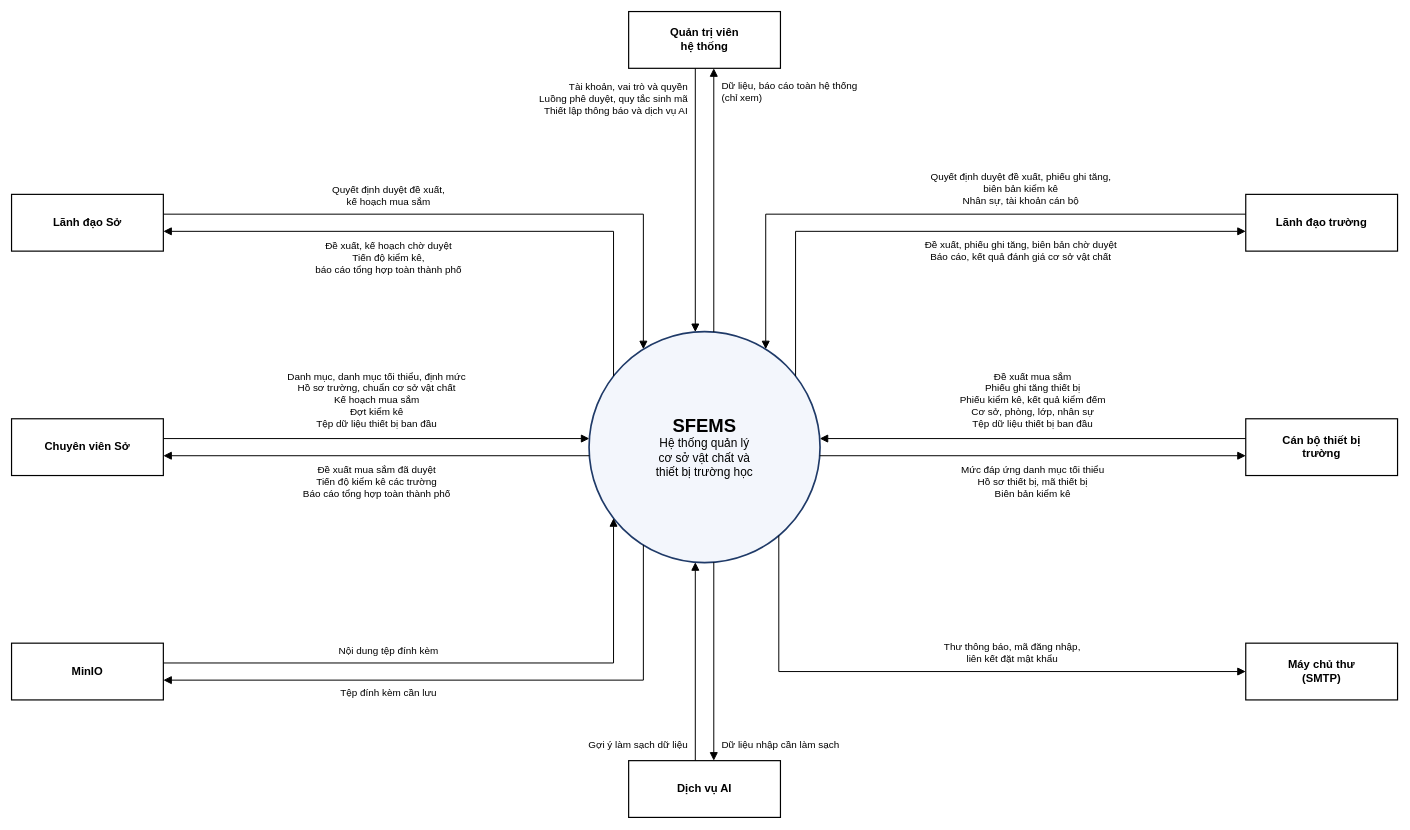
This is docs/VN/diagram/Report 3/01 So do ngu canh/So do ngu canh.drawio from LuuDong2004/SEP490_G123_SFEMS, a draw.io file, before an edit. Source tidied: cells renumbered, new cells numbered last; positions are measured from the earlier drawing's top-left corner, leaving out a move shared by most shapes. Both pictures are drawn from the tidied source at 66%, with x=0, y=0 at pixel (11, 11).
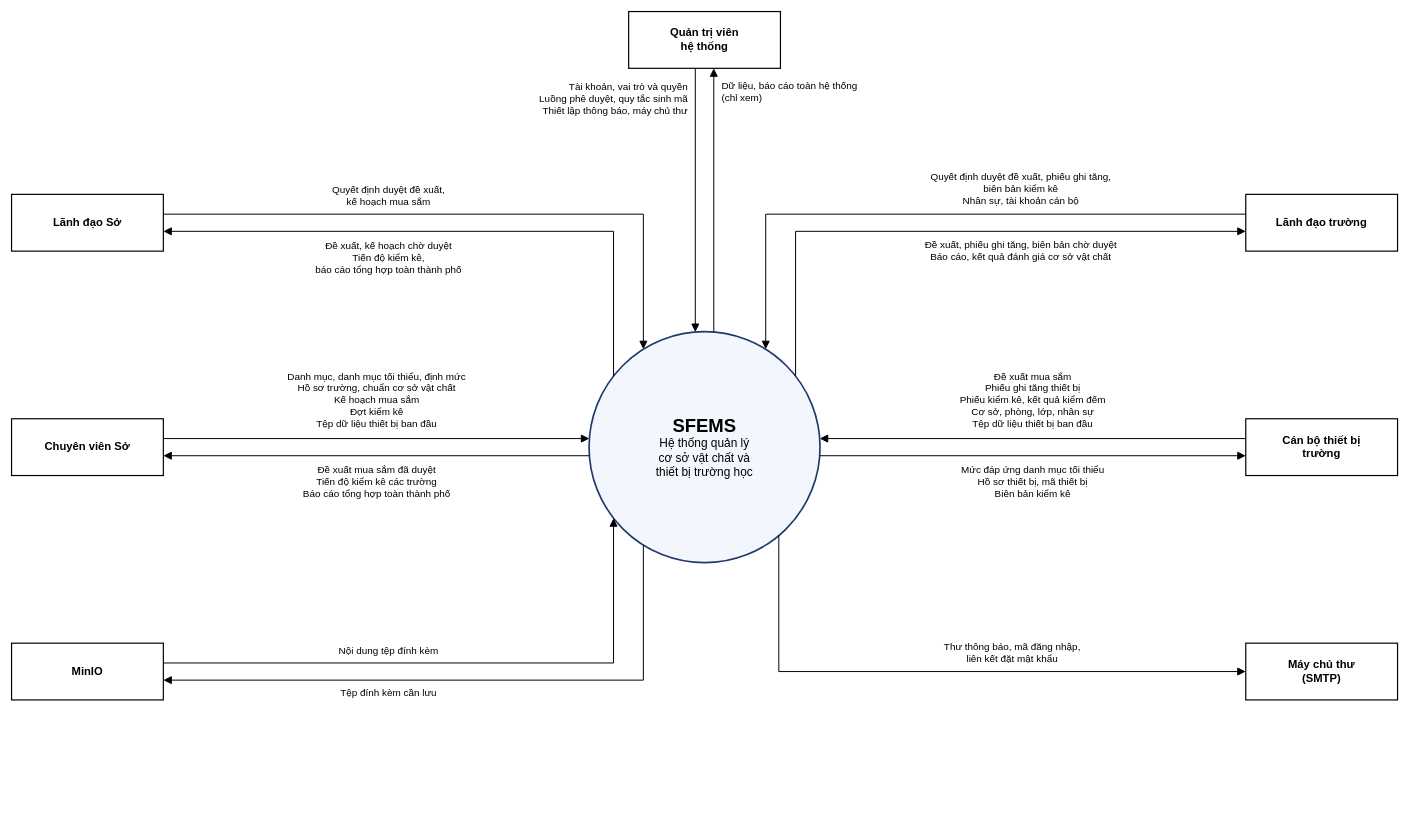
Above is the later version.

The edit, as a diff of the source:
```diff
@@
-    <mxCell id="5" value="Tài khoản, vai trò và quyền&lt;br&gt;Luồng phê duyệt, quy tắc sinh mã&lt;br&gt;Thiết lập thông báo và dịch vụ AI" style="text;html=1;whiteSpace=nowrap;verticalAlign=middle;fontSize=15;fontFamily=Arial;strokeColor=none;fillColor=none;align=right;" parent="1" vertex="1">
+    <mxCell id="5" value="Tài khoản, vai trò và quyền&lt;br&gt;Luồng phê duyệt, quy tắc sinh mã&lt;br&gt;Thiết lập thông báo, máy chủ thư" style="text;html=1;whiteSpace=nowrap;verticalAlign=middle;fontSize=15;fontFamily=Arial;strokeColor=none;fillColor=none;align=right;" parent="1" vertex="1">
       <mxGeometry x="764.5" y="98" width="261.5" height="66" as="geometry" />
     </mxCell>
@@
-    <mxCell id="8" value="&lt;b&gt;Dịch vụ AI&lt;/b&gt;" style="rounded=0;whiteSpace=wrap;html=1;fillColor=#FFFFFF;strokeColor=#000000;strokeWidth=1.8;fontSize=17;fontFamily=Arial;" parent="1" vertex="1">
-      <mxGeometry x="935" y="1135" width="230" height="86" as="geometry" />
-    </mxCell>
-    <mxCell id="9" style="endArrow=block;endFill=1;endSize=9;html=1;rounded=0;strokeWidth=1.5;strokeColor=#000000;" parent="1" edge="1">
-      <mxGeometry relative="1" as="geometry">
-        <mxPoint x="1036" y="1135" as="sourcePoint" />
-        <mxPoint x="1036" y="834.4" as="targetPoint" />
-      </mxGeometry>
-    </mxCell>
-    <mxCell id="10" value="Gợi ý làm sạch dữ liệu" style="text;html=1;whiteSpace=nowrap;verticalAlign=middle;fontSize=15;fontFamily=Arial;strokeColor=none;fillColor=none;align=right;" parent="1" vertex="1">
-      <mxGeometry x="847" y="1097" width="179" height="26" as="geometry" />
-    </mxCell>
-    <mxCell id="11" style="endArrow=block;endFill=1;endSize=9;html=1;rounded=0;strokeWidth=1.5;strokeColor=#000000;" parent="1" edge="1">
-      <mxGeometry relative="1" as="geometry">
-        <mxPoint x="1064" y="834.4" as="sourcePoint" />
-        <mxPoint x="1064" y="1135" as="targetPoint" />
-      </mxGeometry>
-    </mxCell>
-    <mxCell id="12" value="Dữ liệu nhập cần làm sạch" style="text;html=1;whiteSpace=nowrap;verticalAlign=middle;fontSize=15;fontFamily=Arial;strokeColor=none;fillColor=none;align=left;" parent="1" vertex="1">
-      <mxGeometry x="1074" y="1097" width="201.5" height="26" as="geometry" />
-    </mxCell>
```
